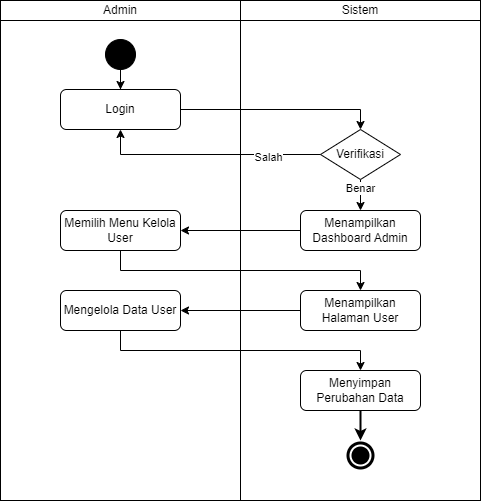
Above: docs/activity-diagram/users/table-users.drawio.png in mitra-agro-usaha-perkebunan/maup-app-docs (draw.io), before the change. Source tidied: cells renumbered, new cells last; positions are measured from the earlier drawing's top-left corner, leaving out a move shared by most shapes.
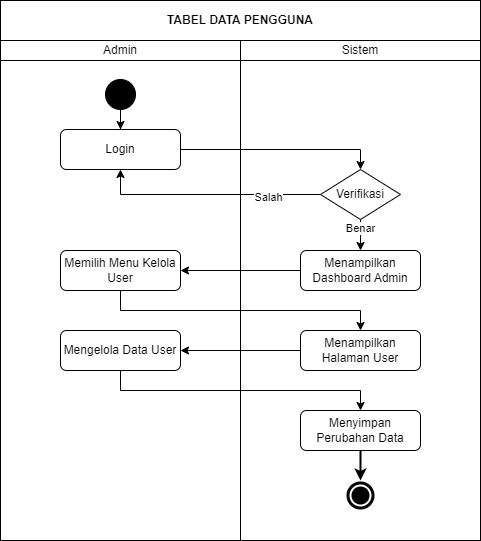
After the change.

Diff of the diagram source:
```diff
@@ -97,5 +97,8 @@
     <mxCell id="25" value="Salah" style="edgeLabel;html=1;align=center;verticalAlign=middle;" parent="24" vertex="1">
       <mxGeometry x="-0.53" y="2" relative="1" as="geometry" />
     </mxCell>
+    <mxCell id="26" value="&lt;b&gt;TABEL DATA PENGGUNA&lt;/b&gt;" style="rounded=0;whiteSpace=wrap;html=1;" parent="1" vertex="1">
+      <mxGeometry y="-40" width="480" height="40" as="geometry" />
+    </mxCell>
   </root>
 </mxGraphModel>
```
